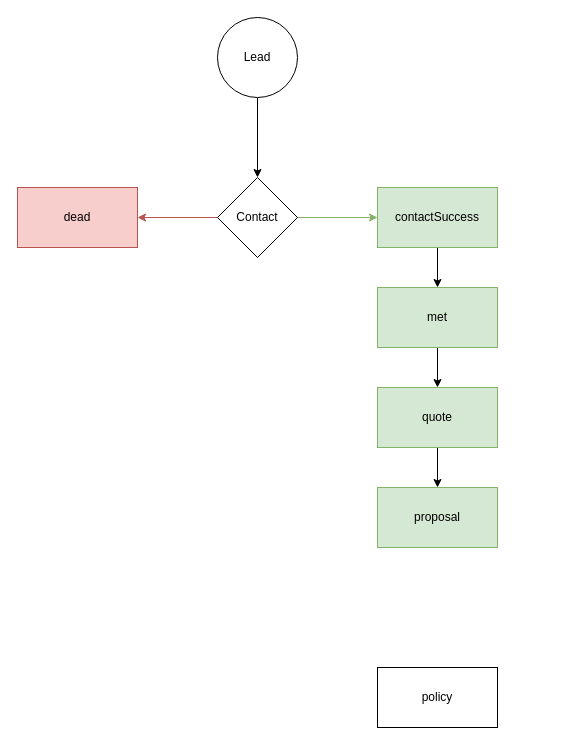
Before: Pruforce lead status flow.drawio in sovanminea/pru, a draw.io diagram. Source tidied: cells renumbered, new cells numbered last; positions are measured from the earlier drawing's top-left corner, leaving out a move shared by most shapes. Both pictures are drawn from the tidied source at 100%, with x=0, y=0 at pixel (17, 17).
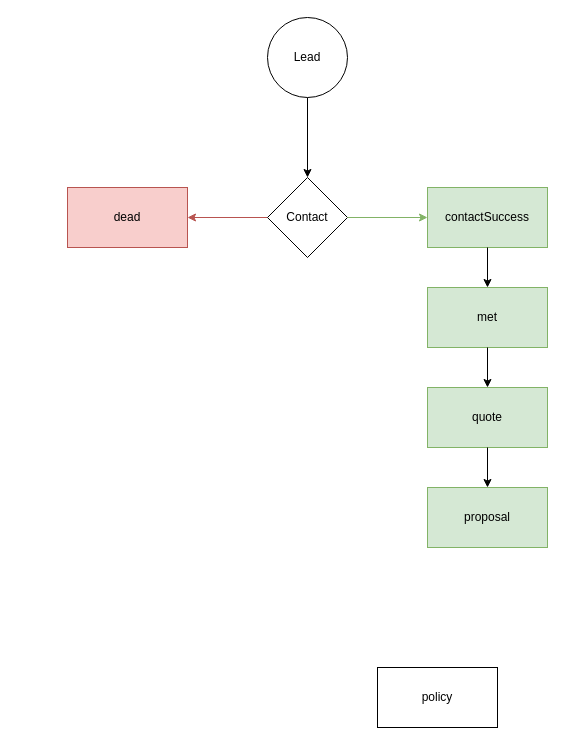
After the change.

What changed in the source:
```diff
@@
 <mxGraphModel>
   <root>
     <mxCell id="0" />
     <mxCell id="1" parent="0" />
+    <mxCell id="15" value="policy" style="rounded=0;whiteSpace=wrap;html=1;" parent="1" vertex="1">
+      <mxGeometry x="360" y="650" width="120" height="60" as="geometry" />
+    </mxCell>
+    <mxCell id="16" style="group;" parent="1" vertex="1">
+      <mxGeometry x="50" width="480" height="530" as="geometry" />
+    </mxCell>
-    <mxCell id="2" value="dead" style="rounded=0;whiteSpace=wrap;html=1;fillColor=#f8cecc;strokeColor=#b85450;" parent="1" vertex="1">
+    <mxCell id="2" value="dead" style="rounded=0;whiteSpace=wrap;html=1;fillColor=#f8cecc;strokeColor=#b85450;" parent="16" vertex="1">
       <mxGeometry y="170" width="120" height="60" as="geometry" />
     </mxCell>
-    <mxCell id="3" style="edgeStyle=orthogonalEdgeStyle;rounded=0;jettySize=auto;html=1;fontColor=#000000;fillColor=#f8cecc;strokeColor=#b85450;" parent="1" edge="1" source="5" target="2">
+    <mxCell id="3" style="edgeStyle=orthogonalEdgeStyle;rounded=0;jettySize=auto;html=1;fontColor=#000000;fillColor=#f8cecc;strokeColor=#b85450;" parent="16" edge="1" source="5" target="2">
       <mxGeometry relative="1" as="geometry" />
     </mxCell>
-    <mxCell id="4" style="edgeStyle=orthogonalEdgeStyle;rounded=0;jettySize=auto;html=1;fontColor=#000000;fillColor=#d5e8d4;strokeColor=#82b366;" parent="1" edge="1" source="5" target="9">
-      <mxGeometry relative="1" as="geometry" />
-    </mxCell>
-    <mxCell id="5" value="Contact" style="rhombus;whiteSpace=wrap;html=1;" parent="1" vertex="1">
+    <mxCell id="5" value="Contact" style="rhombus;whiteSpace=wrap;html=1;" parent="16" vertex="1">
       <mxGeometry x="200" y="160" width="80" height="80" as="geometry" />
     </mxCell>
-    <mxCell id="6" style="edgeStyle=orthogonalEdgeStyle;rounded=0;jettySize=auto;html=1;fontColor=#000000;" parent="1" edge="1" source="7" target="5">
+    <mxCell id="6" style="edgeStyle=orthogonalEdgeStyle;rounded=0;jettySize=auto;html=1;fontColor=#000000;" parent="16" edge="1" source="7" target="5">
       <mxGeometry relative="1" as="geometry" />
     </mxCell>
-    <mxCell id="7" value="Lead" style="ellipse;whiteSpace=wrap;html=1;" parent="1" vertex="1">
+    <mxCell id="7" value="Lead" style="ellipse;whiteSpace=wrap;html=1;" parent="16" vertex="1">
       <mxGeometry x="200" width="80" height="80" as="geometry" />
     </mxCell>
+    <mxCell id="9" value="contactSuccess" style="rounded=0;whiteSpace=wrap;html=1;fillColor=#d5e8d4;strokeColor=#82b366;" parent="16" vertex="1">
+      <mxGeometry x="360" y="170" width="120" height="60" as="geometry" />
+    </mxCell>
+    <mxCell id="4" style="edgeStyle=orthogonalEdgeStyle;rounded=0;jettySize=auto;html=1;fontColor=#000000;fillColor=#d5e8d4;strokeColor=#82b366;" parent="16" edge="1" source="5" target="9">
+      <mxGeometry relative="1" as="geometry" />
+    </mxCell>
+    <mxCell id="11" value="met" style="rounded=0;whiteSpace=wrap;html=1;fillColor=#d5e8d4;strokeColor=#82b366;" parent="16" vertex="1">
+      <mxGeometry x="360" y="270" width="120" height="60" as="geometry" />
+    </mxCell>
-    <mxCell id="8" style="edgeStyle=orthogonalEdgeStyle;rounded=0;jettySize=auto;html=1;fontColor=#000000;" parent="1" edge="1" source="9" target="11">
+    <mxCell id="8" style="edgeStyle=orthogonalEdgeStyle;rounded=0;jettySize=auto;html=1;fontColor=#000000;" parent="16" edge="1" source="9" target="11">
       <mxGeometry relative="1" as="geometry" />
     </mxCell>
-    <mxCell id="9" value="contactSuccess" style="rounded=0;whiteSpace=wrap;html=1;fillColor=#d5e8d4;strokeColor=#82b366;" parent="1" vertex="1">
-      <mxGeometry x="360" y="170" width="120" height="60" as="geometry" />
-    </mxCell>
+    <mxCell id="13" value="quote" style="rounded=0;whiteSpace=wrap;html=1;fillColor=#d5e8d4;strokeColor=#82b366;" parent="16" vertex="1">
+      <mxGeometry x="360" y="370" width="120" height="60" as="geometry" />
+    </mxCell>
-    <mxCell id="10" style="edgeStyle=orthogonalEdgeStyle;rounded=0;jettySize=auto;html=1;fontColor=#000000;" parent="1" edge="1" source="11" target="13">
+    <mxCell id="10" style="edgeStyle=orthogonalEdgeStyle;rounded=0;jettySize=auto;html=1;fontColor=#000000;" parent="16" edge="1" source="11" target="13">
       <mxGeometry relative="1" as="geometry" />
     </mxCell>
-    <mxCell id="11" value="met" style="rounded=0;whiteSpace=wrap;html=1;fillColor=#d5e8d4;strokeColor=#82b366;" parent="1" vertex="1">
-      <mxGeometry x="360" y="270" width="120" height="60" as="geometry" />
-    </mxCell>
+    <mxCell id="14" value="proposal" style="rounded=0;whiteSpace=wrap;html=1;fillColor=#d5e8d4;strokeColor=#82b366;" parent="16" vertex="1">
+      <mxGeometry x="360" y="470" width="120" height="60" as="geometry" />
+    </mxCell>
-    <mxCell id="12" style="edgeStyle=orthogonalEdgeStyle;rounded=0;jettySize=auto;html=1;fontColor=#000000;" parent="1" edge="1" source="13" target="14">
+    <mxCell id="12" style="edgeStyle=orthogonalEdgeStyle;rounded=0;jettySize=auto;html=1;fontColor=#000000;" parent="16" edge="1" source="13" target="14">
       <mxGeometry relative="1" as="geometry" />
     </mxCell>
-    <mxCell id="13" value="quote" style="rounded=0;whiteSpace=wrap;html=1;fillColor=#d5e8d4;strokeColor=#82b366;" parent="1" vertex="1">
-      <mxGeometry x="360" y="370" width="120" height="60" as="geometry" />
-    </mxCell>
-    <mxCell id="14" value="proposal" style="rounded=0;whiteSpace=wrap;html=1;fillColor=#d5e8d4;strokeColor=#82b366;" parent="1" vertex="1">
-      <mxGeometry x="360" y="470" width="120" height="60" as="geometry" />
-    </mxCell>
-    <mxCell id="15" value="policy" style="rounded=0;whiteSpace=wrap;html=1;" parent="1" vertex="1">
-      <mxGeometry x="360" y="650" width="120" height="60" as="geometry" />
-    </mxCell>
   </root>
 </mxGraphModel>
```
